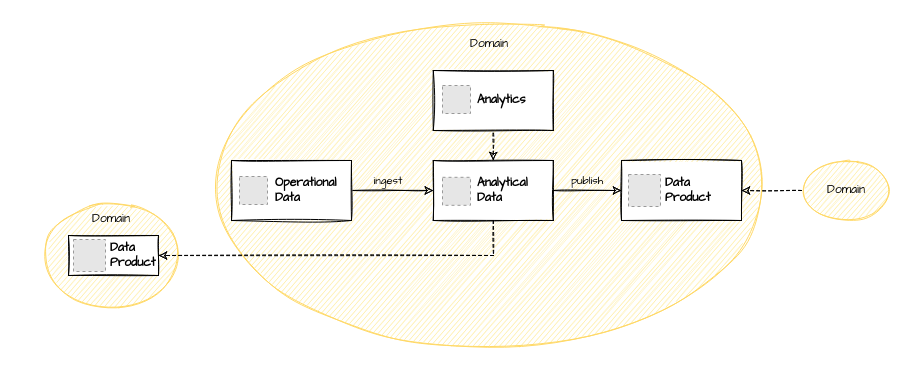
Above: diagrams/domainteamjourney_level4.drawio in datamesh-architecture/datamesh-architecture.com (draw.io), before the change. Source tidied: cells renumbered, new cells numbered last; positions are measured from the earlier drawing's top-left corner, leaving out a move shared by most shapes. Both pictures are drawn from the tidied source at 100%, with x=0, y=0 at pixel (17, 17). Pictures stored in the file or linked from it are replaced by grey dashed boxes.
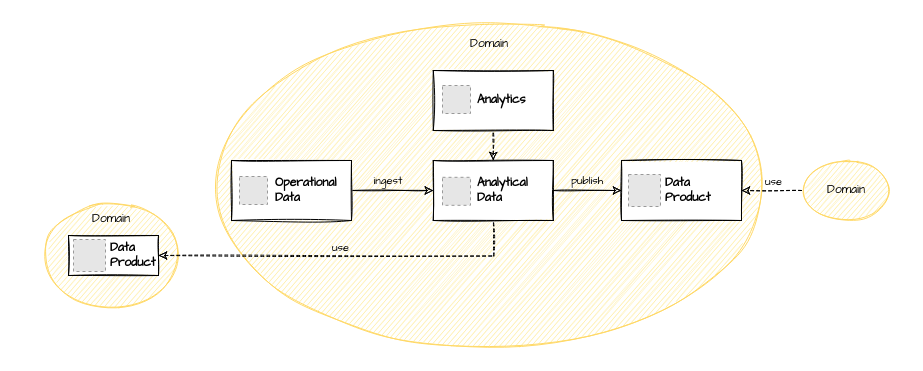
The same diagram, later.

The change refers to these unchanged cells:
```xml
<mxCell id="9" style="rounded=0;jettySize=auto;html=1;entryX=1;entryY=0.5;entryDx=0;entryDy=0;startArrow=none;startFill=0;endArrow=classic;endFill=1;exitX=0;exitY=0.5;exitDx=0;exitDy=0;dashed=1;sketch=1;fontFamily=Architects Daughter;" parent="1" edge="1" source="8" target="7">
  <mxGeometry relative="1" as="geometry" />
</mxCell>
<mxCell id="19" value="Analytical &lt;br&gt;Data" style="rounded=0;whiteSpace=wrap;html=1;fontStyle=1;sketch=1;fontFamily=Architects Daughter;align=left;spacingLeft=42;" parent="18" vertex="1">
  <mxGeometry width="120" height="60" as="geometry" />
</mxCell>
<mxCell id="25" value="Data Product" style="rounded=0;whiteSpace=wrap;html=1;fontStyle=1;sketch=1;fontFamily=Architects Daughter;spacingLeft=40;align=left;" parent="24" vertex="1">
  <mxGeometry width="90" height="40" as="geometry" />
</mxCell>
```

Change to the diagram source:
```diff
@@
+    <mxCell id="27" value="use" style="edgeLabel;html=1;align=center;verticalAlign=middle;labelBackgroundColor=none;fontFamily=Architects Daughter;" parent="9" vertex="1">
+      <mxGeometry x="-0.03" y="-1" relative="1" as="geometry">
+        <mxPoint y="-9" as="offset" />
+      </mxGeometry>
+    </mxCell>
@@
-    <mxCell id="11" style="rounded=0;jettySize=auto;html=1;entryX=1;entryY=0.5;entryDx=0;entryDy=0;startArrow=none;startFill=0;endArrow=classic;endFill=1;exitX=0.5;exitY=1;exitDx=0;exitDy=0;sketch=1;fontFamily=Architects Daughter;dashed=1;" parent="1" edge="1" source="19" target="25">
-      <mxGeometry relative="1" as="geometry">
-        <Array as="points">
-          <mxPoint x="476" y="238" />
-        </Array>
-      </mxGeometry>
-    </mxCell>
@@
+    <mxCell id="28" style="edgeStyle=orthogonalEdgeStyle;rounded=0;sketch=1;orthogonalLoop=1;jettySize=auto;html=1;entryX=0.5;entryY=1;entryDx=0;entryDy=0;startArrow=classic;startFill=1;endArrow=none;endFill=0;dashed=1;" parent="1" edge="1">
+      <mxGeometry relative="1" as="geometry">
+        <mxPoint x="141" y="238" as="sourcePoint" />
+        <mxPoint x="475.8" y="203" as="targetPoint" />
+      </mxGeometry>
+    </mxCell>
+    <mxCell id="29" value="use" style="edgeLabel;html=1;align=center;verticalAlign=middle;labelBackgroundColor=none;fontFamily=Architects Daughter;" parent="28" vertex="1">
+      <mxGeometry x="0.15" y="-1" relative="1" as="geometry">
+        <mxPoint x="-31" y="-10" as="offset" />
+      </mxGeometry>
+    </mxCell>
```
